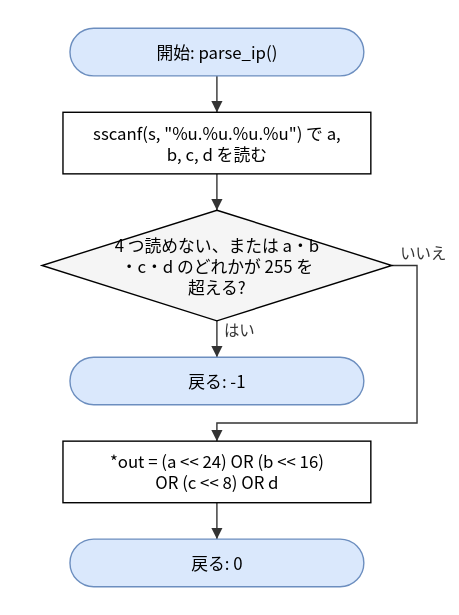
This is doc/spec/images/flow_test_bfm_test-parse_ip.drawio.svg from hf355051012-ai/bfmem, a draw.io export, as it was before one commit. Source tidied: cells renumbered, new cells last; positions are measured from the earlier drawing's top-left corner, leaving out a move shared by most shapes.
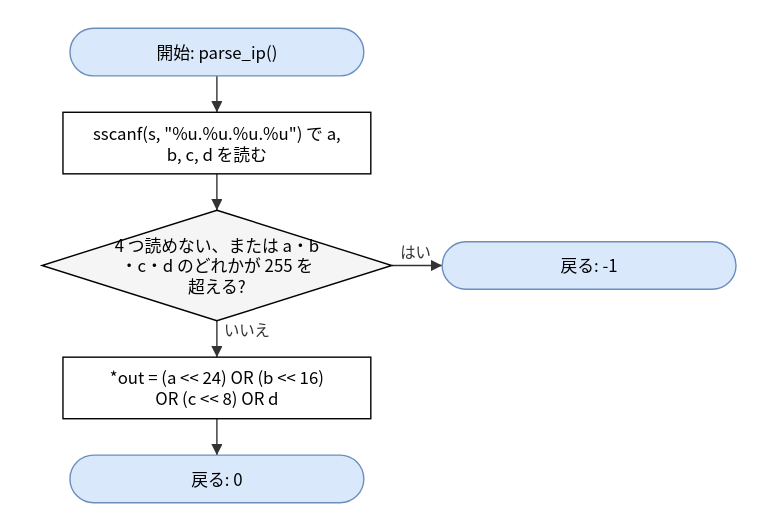
After the commit.

Diff of the diagram source:
```diff
@@ -12,13 +12,13 @@
       <mxGeometry y="130" width="250" height="79" as="geometry" />
     </mxCell>
     <mxCell id="5" value="戻る: -1" style="rounded=1;arcSize=50;whiteSpace=wrap;html=1;fillColor=#dae8fc;strokeColor=#6c8ebf;" parent="1" vertex="1">
-      <mxGeometry x="20" y="235" width="210" height="34" as="geometry" />
+      <mxGeometry x="286" y="152.5" width="210" height="34" as="geometry" />
     </mxCell>
     <mxCell id="6" value="*out = (a &amp;lt;&amp;lt; 24) OR (b &amp;lt;&amp;lt; 16)&lt;br&gt;OR (c &amp;lt;&amp;lt; 8) OR d" style="rounded=0;whiteSpace=wrap;html=1;" parent="1" vertex="1">
-      <mxGeometry x="15" y="295" width="220" height="44" as="geometry" />
+      <mxGeometry x="15" y="235" width="220" height="44" as="geometry" />
     </mxCell>
     <mxCell id="7" value="戻る: 0" style="rounded=1;arcSize=50;whiteSpace=wrap;html=1;fillColor=#dae8fc;strokeColor=#6c8ebf;" parent="1" vertex="1">
-      <mxGeometry x="20" y="365" width="210" height="34" as="geometry" />
+      <mxGeometry x="20" y="305" width="210" height="34" as="geometry" />
     </mxCell>
     <mxCell id="8" style="edgeStyle=none;html=1;rounded=0;endArrow=block;endFill=1;exitX=0.5000;exitY=1.0000;exitDx=0;exitDy=0;exitPerimeter=0;entryX=0.5000;entryY=0.0000;entryDx=0;entryDy=0;entryPerimeter=0;" parent="1" edge="1" source="2" target="3">
       <mxGeometry relative="1" as="geometry" />
@@ -26,17 +26,11 @@
     <mxCell id="9" style="edgeStyle=none;html=1;rounded=0;endArrow=block;endFill=1;exitX=0.5000;exitY=1.0000;exitDx=0;exitDy=0;exitPerimeter=0;entryX=0.5000;entryY=0.0000;entryDx=0;entryDy=0;entryPerimeter=0;" parent="1" edge="1" source="3" target="4">
       <mxGeometry relative="1" as="geometry" />
     </mxCell>
-    <mxCell id="10" value="はい" style="edgeStyle=none;html=1;rounded=0;endArrow=block;endFill=1;exitX=0.5000;exitY=1.0000;exitDx=0;exitDy=0;exitPerimeter=0;entryX=0.5000;entryY=0.0000;entryDx=0;entryDy=0;entryPerimeter=0;" parent="1" edge="1" source="4" target="5">
+    <mxCell id="10" value="はい" style="edgeStyle=none;html=1;rounded=0;endArrow=block;endFill=1;exitX=1.0000;exitY=0.5000;exitDx=0;exitDy=0;exitPerimeter=0;entryX=0.0000;entryY=0.5000;entryDx=0;entryDy=0;entryPerimeter=0;" parent="1" edge="1" source="4" target="5">
       <mxGeometry relative="1" as="geometry" />
     </mxCell>
-    <mxCell id="11" value="いいえ" style="edgeStyle=none;html=1;rounded=0;endArrow=block;endFill=1;exitX=1.0000;exitY=0.5000;exitDx=0;exitDy=0;exitPerimeter=0;entryX=0.5000;entryY=0.0000;entryDx=0;entryDy=0;entryPerimeter=0;" parent="1" edge="1" source="4" target="6">
-      <mxGeometry relative="1" as="geometry">
-        <Array as="points">
-          <mxPoint x="268" y="169.5" />
-          <mxPoint x="268" y="282" />
-          <mxPoint x="125" y="282" />
-        </Array>
-      </mxGeometry>
+    <mxCell id="11" value="いいえ" style="edgeStyle=none;html=1;rounded=0;endArrow=block;endFill=1;exitX=0.5000;exitY=1.0000;exitDx=0;exitDy=0;exitPerimeter=0;entryX=0.5000;entryY=0.0000;entryDx=0;entryDy=0;entryPerimeter=0;" parent="1" edge="1" source="4" target="6">
+      <mxGeometry relative="1" as="geometry" />
     </mxCell>
     <mxCell id="12" style="edgeStyle=none;html=1;rounded=0;endArrow=block;endFill=1;exitX=0.5000;exitY=1.0000;exitDx=0;exitDy=0;exitPerimeter=0;entryX=0.5000;entryY=0.0000;entryDx=0;entryDy=0;entryPerimeter=0;" parent="1" edge="1" source="6" target="7">
       <mxGeometry relative="1" as="geometry" />
```
